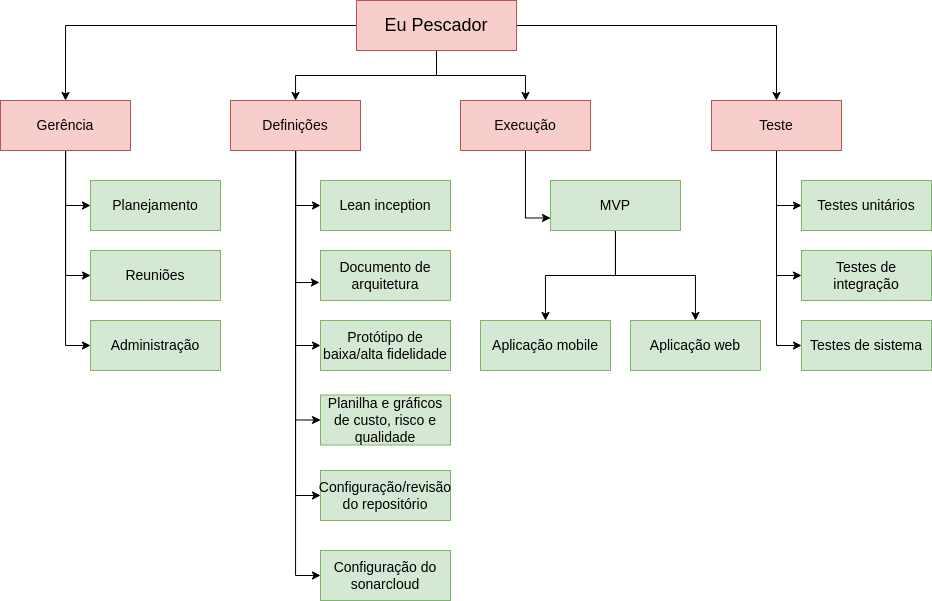
fga-eps-mds/2022-2-EuPescador-Doc keeps this draw.io diagram as docs/assets/produto/EAP.png. Above is the earlier version. Source tidied: cells renumbered, new cells last; positions are measured from the earlier drawing's top-left corner, leaving out a move shared by most shapes.
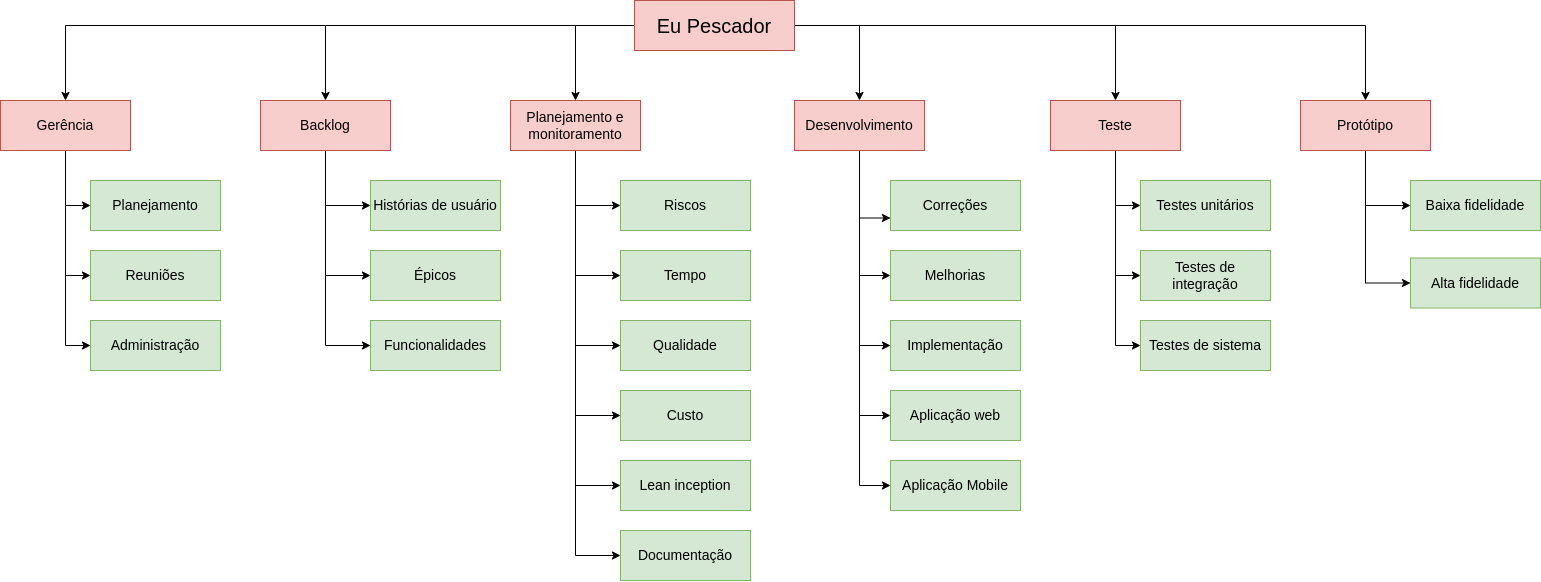
After the change.

The edit, as a diff of the source:
```diff
@@ -2,47 +2,64 @@
   <root>
     <mxCell id="0" />
     <mxCell id="1" parent="0" />
+    <mxCell id="5" style="edgeStyle=orthogonalEdgeStyle;rounded=0;jettySize=auto;html=1;entryX=0.5;entryY=0;entryDx=0;entryDy=0;" parent="1" edge="1" source="6" target="33">
+      <mxGeometry relative="1" as="geometry" />
+    </mxCell>
-    <mxCell id="2" style="edgeStyle=orthogonalEdgeStyle;rounded=0;jettySize=auto;html=1;entryX=0.5;entryY=0;entryDx=0;entryDy=0;fontSize=14;" parent="1" edge="1" source="6" target="13">
+    <mxCell id="2" style="edgeStyle=orthogonalEdgeStyle;rounded=0;jettySize=auto;html=1;entryX=0.5;entryY=0;entryDx=0;entryDy=0;" parent="1" edge="1" source="6" target="13">
       <mxGeometry relative="1" as="geometry" />
     </mxCell>
+    <mxCell id="4" style="edgeStyle=orthogonalEdgeStyle;rounded=0;jettySize=auto;html=1;entryX=0.5;entryY=0;entryDx=0;entryDy=0;" parent="1" edge="1" source="6" target="19">
+      <mxGeometry relative="1" as="geometry" />
+    </mxCell>
+    <mxCell id="41" style="edgeStyle=orthogonalEdgeStyle;rounded=0;jettySize=auto;html=1;entryX=0.5;entryY=0;entryDx=0;entryDy=0;" parent="1" edge="1" source="6" target="68">
+      <mxGeometry relative="1" as="geometry" />
+    </mxCell>
+    <mxCell id="42" style="edgeStyle=orthogonalEdgeStyle;rounded=0;jettySize=auto;html=1;entryX=0.5;entryY=0;entryDx=0;entryDy=0;" parent="1" edge="1" source="6" target="59">
+      <mxGeometry relative="1" as="geometry">
+        <Array as="points">
+          <mxPoint x="-55" y="25" />
+        </Array>
+      </mxGeometry>
+    </mxCell>
-    <mxCell id="3" style="edgeStyle=orthogonalEdgeStyle;rounded=0;jettySize=auto;html=1;entryX=0.5;entryY=0;entryDx=0;entryDy=0;fontSize=14;" parent="1" edge="1" source="6" target="15">
-      <mxGeometry relative="1" as="geometry" />
+    <mxCell id="3" style="edgeStyle=orthogonalEdgeStyle;rounded=0;jettySize=auto;html=1;entryX=0.5;entryY=0;entryDx=0;entryDy=0;" parent="1" edge="1" source="6" target="15">
+      <mxGeometry relative="1" as="geometry">
+        <Array as="points">
+          <mxPoint x="229" y="25" />
+        </Array>
+      </mxGeometry>
     </mxCell>
-    <mxCell id="4" style="edgeStyle=orthogonalEdgeStyle;rounded=0;jettySize=auto;html=1;fontSize=14;" parent="1" edge="1" source="6" target="19">
-      <mxGeometry relative="1" as="geometry" />
-    </mxCell>
-    <mxCell id="5" style="edgeStyle=orthogonalEdgeStyle;rounded=0;jettySize=auto;html=1;entryX=0.5;entryY=0;entryDx=0;entryDy=0;" parent="1" edge="1" source="6" target="33">
-      <mxGeometry relative="1" as="geometry" />
-    </mxCell>
-    <mxCell id="6" value="&lt;font style=&quot;font-size: 18px&quot;&gt;Eu Pescador&lt;/font&gt;" style="rounded=0;whiteSpace=wrap;html=1;fillColor=#f8cecc;strokeColor=#b85450;" parent="1" vertex="1">
-      <mxGeometry x="356" width="160" height="50" as="geometry" />
+    <mxCell id="6" value="&lt;font style=&quot;font-size: 20px;&quot;&gt;Eu Pescador&lt;/font&gt;" style="rounded=0;whiteSpace=wrap;html=1;fillColor=#f8cecc;strokeColor=#b85450;" parent="1" vertex="1">
+      <mxGeometry x="4" width="160" height="50" as="geometry" />
     </mxCell>
-    <mxCell id="7" style="edgeStyle=orthogonalEdgeStyle;rounded=0;jettySize=auto;html=1;entryX=0;entryY=0.5;entryDx=0;entryDy=0;fontSize=14;" parent="1" edge="1" source="13" target="20">
-      <mxGeometry relative="1" as="geometry" />
-    </mxCell>
-    <mxCell id="8" style="edgeStyle=orthogonalEdgeStyle;rounded=0;jettySize=auto;html=1;entryX=-0.008;entryY=0.64;entryDx=0;entryDy=0;entryPerimeter=0;fontSize=14;" parent="1" edge="1" source="13" target="21">
-      <mxGeometry relative="1" as="geometry" />
-    </mxCell>
-    <mxCell id="9" style="edgeStyle=orthogonalEdgeStyle;rounded=0;jettySize=auto;html=1;entryX=0;entryY=0.5;entryDx=0;entryDy=0;" parent="1" edge="1" source="13" target="37">
-      <mxGeometry relative="1" as="geometry" />
-    </mxCell>
-    <mxCell id="10" style="edgeStyle=orthogonalEdgeStyle;rounded=0;jettySize=auto;html=1;entryX=0;entryY=0.5;entryDx=0;entryDy=0;" parent="1" edge="1" source="13" target="38">
-      <mxGeometry relative="1" as="geometry" />
-    </mxCell>
-    <mxCell id="11" style="edgeStyle=orthogonalEdgeStyle;rounded=0;jettySize=auto;html=1;entryX=0;entryY=0.5;entryDx=0;entryDy=0;" parent="1" edge="1" source="13" target="39">
-      <mxGeometry relative="1" as="geometry" />
-    </mxCell>
-    <mxCell id="12" style="edgeStyle=orthogonalEdgeStyle;rounded=0;jettySize=auto;html=1;entryX=0;entryY=0.5;entryDx=0;entryDy=0;" parent="1" edge="1" source="13" target="40">
-      <mxGeometry relative="1" as="geometry" />
-    </mxCell>
+    <mxCell id="43" style="edgeStyle=orthogonalEdgeStyle;rounded=0;jettySize=auto;html=1;entryX=0;entryY=0.5;entryDx=0;entryDy=0;" parent="1" edge="1" source="13" target="50">
+      <mxGeometry relative="1" as="geometry" />
+    </mxCell>
+    <mxCell id="44" style="edgeStyle=orthogonalEdgeStyle;rounded=0;jettySize=auto;html=1;entryX=0;entryY=0.5;entryDx=0;entryDy=0;" parent="1" edge="1" source="13" target="51">
+      <mxGeometry relative="1" as="geometry" />
+    </mxCell>
+    <mxCell id="45" style="edgeStyle=orthogonalEdgeStyle;rounded=0;jettySize=auto;html=1;entryX=0;entryY=0.5;entryDx=0;entryDy=0;" parent="1" edge="1" source="13" target="52">
+      <mxGeometry relative="1" as="geometry" />
+    </mxCell>
-    <mxCell id="13" value="&lt;font style=&quot;font-size: 14px&quot;&gt;Definições&lt;/font&gt;" style="rounded=0;whiteSpace=wrap;html=1;fillColor=#f8cecc;strokeColor=#b85450;" parent="1" vertex="1">
-      <mxGeometry x="230" y="100" width="130" height="50" as="geometry" />
+    <mxCell id="13" value="&lt;font style=&quot;font-size: 14px&quot;&gt;Backlog&lt;/font&gt;" style="rounded=0;whiteSpace=wrap;html=1;fillColor=#f8cecc;strokeColor=#b85450;" parent="1" vertex="1">
+      <mxGeometry x="-370" y="100" width="130" height="50" as="geometry" />
     </mxCell>
     <mxCell id="14" style="edgeStyle=orthogonalEdgeStyle;rounded=0;jettySize=auto;html=1;entryX=0;entryY=0.75;entryDx=0;entryDy=0;" parent="1" edge="1" source="15" target="24">
       <mxGeometry relative="1" as="geometry" />
     </mxCell>
+    <mxCell id="46" style="edgeStyle=orthogonalEdgeStyle;rounded=0;jettySize=auto;html=1;entryX=0;entryY=0.5;entryDx=0;entryDy=0;fontSize=20;" parent="1" edge="1" source="15" target="64">
+      <mxGeometry relative="1" as="geometry" />
+    </mxCell>
+    <mxCell id="47" style="edgeStyle=orthogonalEdgeStyle;rounded=0;jettySize=auto;html=1;entryX=0;entryY=0.5;entryDx=0;entryDy=0;fontSize=20;" parent="1" edge="1" source="15" target="65">
+      <mxGeometry relative="1" as="geometry" />
+    </mxCell>
+    <mxCell id="48" style="edgeStyle=orthogonalEdgeStyle;rounded=0;jettySize=auto;html=1;entryX=0;entryY=0.5;entryDx=0;entryDy=0;fontSize=20;" parent="1" edge="1" source="15" target="25">
+      <mxGeometry relative="1" as="geometry" />
+    </mxCell>
+    <mxCell id="49" style="edgeStyle=orthogonalEdgeStyle;rounded=0;jettySize=auto;html=1;entryX=0;entryY=0.5;entryDx=0;entryDy=0;fontSize=20;" parent="1" edge="1" source="15" target="71">
+      <mxGeometry relative="1" as="geometry" />
+    </mxCell>
-    <mxCell id="15" value="&lt;font style=&quot;font-size: 14px&quot;&gt;Execução&lt;/font&gt;" style="rounded=0;whiteSpace=wrap;html=1;fillColor=#f8cecc;strokeColor=#b85450;" parent="1" vertex="1">
-      <mxGeometry x="460" y="100" width="130" height="50" as="geometry" />
+    <mxCell id="15" value="&lt;font style=&quot;font-size: 14px&quot;&gt;Desenvolvimento&lt;/font&gt;" style="rounded=0;whiteSpace=wrap;html=1;fillColor=#f8cecc;strokeColor=#b85450;" parent="1" vertex="1">
+      <mxGeometry x="164" y="100" width="130" height="50" as="geometry" />
     </mxCell>
     <mxCell id="16" style="edgeStyle=orthogonalEdgeStyle;rounded=0;jettySize=auto;html=1;entryX=0;entryY=0.5;entryDx=0;entryDy=0;fontSize=14;" parent="1" edge="1" source="19" target="27">
       <mxGeometry relative="1" as="geometry" />
@@ -54,37 +71,19 @@
       <mxGeometry relative="1" as="geometry" />
     </mxCell>
     <mxCell id="19" value="&lt;font style=&quot;font-size: 14px&quot;&gt;Teste&lt;/font&gt;" style="rounded=0;whiteSpace=wrap;html=1;fillColor=#f8cecc;strokeColor=#b85450;" parent="1" vertex="1">
-      <mxGeometry x="711" y="100" width="130" height="50" as="geometry" />
+      <mxGeometry x="420" y="100" width="130" height="50" as="geometry" />
     </mxCell>
-    <mxCell id="20" value="&lt;span style=&quot;font-size: 14px&quot;&gt;Lean inception&lt;/span&gt;" style="rounded=0;whiteSpace=wrap;html=1;fillColor=#d5e8d4;strokeColor=#82b366;" parent="1" vertex="1">
-      <mxGeometry x="320" y="180" width="130" height="50" as="geometry" />
-    </mxCell>
-    <mxCell id="21" value="&lt;span style=&quot;font-size: 14px&quot;&gt;Documento de arquitetura&lt;/span&gt;" style="rounded=0;whiteSpace=wrap;html=1;fillColor=#d5e8d4;strokeColor=#82b366;" parent="1" vertex="1">
-      <mxGeometry x="320" y="250" width="130" height="50" as="geometry" />
-    </mxCell>
-    <mxCell id="22" style="edgeStyle=orthogonalEdgeStyle;rounded=0;jettySize=auto;html=1;entryX=0.5;entryY=0;entryDx=0;entryDy=0;" parent="1" edge="1" source="24" target="26">
-      <mxGeometry relative="1" as="geometry" />
-    </mxCell>
-    <mxCell id="23" style="edgeStyle=orthogonalEdgeStyle;rounded=0;jettySize=auto;html=1;entryX=0.5;entryY=0;entryDx=0;entryDy=0;" parent="1" edge="1" source="24" target="25">
-      <mxGeometry relative="1" as="geometry" />
-    </mxCell>
-    <mxCell id="24" value="&lt;span style=&quot;font-size: 14px&quot;&gt;MVP&lt;/span&gt;" style="rounded=0;whiteSpace=wrap;html=1;fillColor=#d5e8d4;strokeColor=#82b366;" parent="1" vertex="1">
-      <mxGeometry x="550" y="180" width="130" height="50" as="geometry" />
+    <mxCell id="24" value="&lt;span style=&quot;font-size: 14px&quot;&gt;Correções&lt;/span&gt;" style="rounded=0;whiteSpace=wrap;html=1;fillColor=#d5e8d4;strokeColor=#82b366;" parent="1" vertex="1">
+      <mxGeometry x="260" y="180" width="130" height="50" as="geometry" />
     </mxCell>
-    <mxCell id="25" value="&lt;span style=&quot;font-size: 14px&quot;&gt;Aplicação web&lt;/span&gt;" style="rounded=0;whiteSpace=wrap;html=1;fillColor=#d5e8d4;strokeColor=#82b366;" parent="1" vertex="1">
-      <mxGeometry x="630" y="320" width="130" height="50" as="geometry" />
-    </mxCell>
-    <mxCell id="26" value="&lt;span style=&quot;font-size: 14px&quot;&gt;Aplicação mobile&lt;/span&gt;" style="rounded=0;whiteSpace=wrap;html=1;fillColor=#d5e8d4;strokeColor=#82b366;" parent="1" vertex="1">
-      <mxGeometry x="480" y="320" width="130" height="50" as="geometry" />
-    </mxCell>
     <mxCell id="27" value="&lt;span style=&quot;font-size: 14px&quot;&gt;Testes unitários&lt;/span&gt;" style="rounded=0;whiteSpace=wrap;html=1;fillColor=#d5e8d4;strokeColor=#82b366;" parent="1" vertex="1">
-      <mxGeometry x="801" y="180" width="130" height="50" as="geometry" />
+      <mxGeometry x="510" y="180" width="130" height="50" as="geometry" />
     </mxCell>
     <mxCell id="28" value="&lt;span style=&quot;font-size: 14px&quot;&gt;Testes de integração&lt;/span&gt;" style="rounded=0;whiteSpace=wrap;html=1;fillColor=#d5e8d4;strokeColor=#82b366;" parent="1" vertex="1">
-      <mxGeometry x="801" y="250" width="130" height="50" as="geometry" />
+      <mxGeometry x="510" y="250" width="130" height="50" as="geometry" />
     </mxCell>
     <mxCell id="29" value="&lt;span style=&quot;font-size: 14px&quot;&gt;Testes de sistema&lt;/span&gt;" style="rounded=0;whiteSpace=wrap;html=1;fillColor=#d5e8d4;strokeColor=#82b366;" parent="1" vertex="1">
-      <mxGeometry x="801" y="320" width="130" height="50" as="geometry" />
+      <mxGeometry x="510" y="320" width="130" height="50" as="geometry" />
     </mxCell>
     <mxCell id="30" style="edgeStyle=orthogonalEdgeStyle;rounded=0;jettySize=auto;html=1;entryX=0;entryY=0.5;entryDx=0;entryDy=0;" parent="1" edge="1" source="33" target="34">
       <mxGeometry relative="1" as="geometry" />
@@ -96,28 +95,91 @@
       <mxGeometry relative="1" as="geometry" />
     </mxCell>
     <mxCell id="33" value="&lt;font style=&quot;font-size: 14px&quot;&gt;Gerência&lt;/font&gt;" style="rounded=0;whiteSpace=wrap;html=1;fillColor=#f8cecc;strokeColor=#b85450;" parent="1" vertex="1">
-      <mxGeometry y="100" width="130" height="50" as="geometry" />
+      <mxGeometry x="-630" y="100" width="130" height="50" as="geometry" />
     </mxCell>
     <mxCell id="34" value="&lt;span style=&quot;font-size: 14px&quot;&gt;Planejamento&lt;/span&gt;" style="rounded=0;whiteSpace=wrap;html=1;fillColor=#d5e8d4;strokeColor=#82b366;" parent="1" vertex="1">
-      <mxGeometry x="90" y="180" width="130" height="50" as="geometry" />
+      <mxGeometry x="-540" y="180" width="130" height="50" as="geometry" />
     </mxCell>
     <mxCell id="35" value="&lt;span style=&quot;font-size: 14px&quot;&gt;Reuniões&lt;/span&gt;" style="rounded=0;whiteSpace=wrap;html=1;fillColor=#d5e8d4;strokeColor=#82b366;" parent="1" vertex="1">
-      <mxGeometry x="90" y="250" width="130" height="50" as="geometry" />
+      <mxGeometry x="-540" y="250" width="130" height="50" as="geometry" />
     </mxCell>
     <mxCell id="36" value="&lt;span style=&quot;font-size: 14px&quot;&gt;Administração&lt;/span&gt;" style="rounded=0;whiteSpace=wrap;html=1;fillColor=#d5e8d4;strokeColor=#82b366;" parent="1" vertex="1">
-      <mxGeometry x="90" y="320" width="130" height="50" as="geometry" />
+      <mxGeometry x="-540" y="320" width="130" height="50" as="geometry" />
     </mxCell>
-    <mxCell id="37" value="&lt;span style=&quot;font-size: 14px&quot;&gt;Protótipo de baixa/alta fidelidade&lt;/span&gt;" style="rounded=0;whiteSpace=wrap;html=1;fillColor=#d5e8d4;strokeColor=#82b366;" parent="1" vertex="1">
-      <mxGeometry x="320" y="320" width="130" height="50" as="geometry" />
-    </mxCell>
-    <mxCell id="38" value="&lt;span style=&quot;font-size: 14px&quot;&gt;Planilha e gráficos de custo, risco e qualidade&lt;/span&gt;" style="rounded=0;whiteSpace=wrap;html=1;fillColor=#d5e8d4;strokeColor=#82b366;" parent="1" vertex="1">
-      <mxGeometry x="320" y="394.5" width="130" height="50" as="geometry" />
-    </mxCell>
-    <mxCell id="39" value="&lt;span style=&quot;font-size: 14px&quot;&gt;Configuração/revisão do repositório&lt;/span&gt;" style="rounded=0;whiteSpace=wrap;html=1;fillColor=#d5e8d4;strokeColor=#82b366;" parent="1" vertex="1">
-      <mxGeometry x="320" y="470" width="130" height="50" as="geometry" />
-    </mxCell>
-    <mxCell id="40" value="&lt;span style=&quot;font-size: 14px&quot;&gt;Configuração do sonarcloud&lt;/span&gt;" style="rounded=0;whiteSpace=wrap;html=1;fillColor=#d5e8d4;strokeColor=#82b366;" parent="1" vertex="1">
-      <mxGeometry x="320" y="550" width="130" height="50" as="geometry" />
-    </mxCell>
+    <mxCell id="50" value="&lt;span style=&quot;font-size: 14px&quot;&gt;Histórias de usuário&lt;/span&gt;" style="rounded=0;whiteSpace=wrap;html=1;fillColor=#d5e8d4;strokeColor=#82b366;" parent="1" vertex="1">
+      <mxGeometry x="-260" y="180" width="130" height="50" as="geometry" />
+    </mxCell>
+    <mxCell id="51" value="&lt;span style=&quot;font-size: 14px&quot;&gt;Épicos&lt;/span&gt;" style="rounded=0;whiteSpace=wrap;html=1;fillColor=#d5e8d4;strokeColor=#82b366;" parent="1" vertex="1">
+      <mxGeometry x="-260" y="250" width="130" height="50" as="geometry" />
+    </mxCell>
+    <mxCell id="52" value="&lt;span style=&quot;font-size: 14px&quot;&gt;Funcionalidades&lt;/span&gt;" style="rounded=0;whiteSpace=wrap;html=1;fillColor=#d5e8d4;strokeColor=#82b366;" parent="1" vertex="1">
+      <mxGeometry x="-260" y="320" width="130" height="50" as="geometry" />
+    </mxCell>
+    <mxCell id="53" style="edgeStyle=orthogonalEdgeStyle;rounded=0;jettySize=auto;html=1;entryX=0;entryY=0.5;entryDx=0;entryDy=0;" parent="1" edge="1" source="59" target="60">
+      <mxGeometry relative="1" as="geometry" />
+    </mxCell>
+    <mxCell id="54" style="edgeStyle=orthogonalEdgeStyle;rounded=0;jettySize=auto;html=1;entryX=0;entryY=0.5;entryDx=0;entryDy=0;" parent="1" edge="1" source="59" target="61">
+      <mxGeometry relative="1" as="geometry" />
+    </mxCell>
+    <mxCell id="55" style="edgeStyle=orthogonalEdgeStyle;rounded=0;jettySize=auto;html=1;entryX=0;entryY=0.5;entryDx=0;entryDy=0;" parent="1" edge="1" source="59" target="62">
+      <mxGeometry relative="1" as="geometry" />
+    </mxCell>
+    <mxCell id="56" style="edgeStyle=orthogonalEdgeStyle;rounded=0;jettySize=auto;html=1;entryX=0;entryY=0.5;entryDx=0;entryDy=0;" parent="1" edge="1" source="59" target="63">
+      <mxGeometry relative="1" as="geometry" />
+    </mxCell>
+    <mxCell id="57" style="edgeStyle=orthogonalEdgeStyle;rounded=0;jettySize=auto;html=1;entryX=0;entryY=0.5;entryDx=0;entryDy=0;" parent="1" edge="1" source="59" target="20">
+      <mxGeometry relative="1" as="geometry" />
+    </mxCell>
+    <mxCell id="58" style="edgeStyle=orthogonalEdgeStyle;rounded=0;jettySize=auto;html=1;entryX=0;entryY=0.5;entryDx=0;entryDy=0;fontSize=20;" parent="1" edge="1" source="59" target="72">
+      <mxGeometry relative="1" as="geometry" />
+    </mxCell>
+    <mxCell id="59" value="&lt;font style=&quot;font-size: 14px&quot;&gt;Planejamento e monitoramento&lt;/font&gt;" style="rounded=0;whiteSpace=wrap;html=1;fillColor=#f8cecc;strokeColor=#b85450;" parent="1" vertex="1">
+      <mxGeometry x="-120" y="100" width="130" height="50" as="geometry" />
+    </mxCell>
+    <mxCell id="60" value="&lt;span style=&quot;font-size: 14px&quot;&gt;Riscos&lt;/span&gt;" style="rounded=0;whiteSpace=wrap;html=1;fillColor=#d5e8d4;strokeColor=#82b366;" parent="1" vertex="1">
+      <mxGeometry x="-10" y="180" width="130" height="50" as="geometry" />
+    </mxCell>
+    <mxCell id="61" value="&lt;span style=&quot;font-size: 14px&quot;&gt;Tempo&lt;/span&gt;" style="rounded=0;whiteSpace=wrap;html=1;fillColor=#d5e8d4;strokeColor=#82b366;" parent="1" vertex="1">
+      <mxGeometry x="-10" y="250" width="130" height="50" as="geometry" />
+    </mxCell>
+    <mxCell id="62" value="&lt;span style=&quot;font-size: 14px&quot;&gt;Qualidade&lt;/span&gt;" style="rounded=0;whiteSpace=wrap;html=1;fillColor=#d5e8d4;strokeColor=#82b366;" parent="1" vertex="1">
+      <mxGeometry x="-10" y="320" width="130" height="50" as="geometry" />
+    </mxCell>
+    <mxCell id="63" value="&lt;span style=&quot;font-size: 14px&quot;&gt;Custo&lt;/span&gt;" style="rounded=0;whiteSpace=wrap;html=1;fillColor=#d5e8d4;strokeColor=#82b366;" parent="1" vertex="1">
+      <mxGeometry x="-10" y="390" width="130" height="50" as="geometry" />
+    </mxCell>
+    <mxCell id="20" value="&lt;span style=&quot;font-size: 14px&quot;&gt;Lean inception&lt;/span&gt;" style="rounded=0;whiteSpace=wrap;html=1;fillColor=#d5e8d4;strokeColor=#82b366;" parent="1" vertex="1">
+      <mxGeometry x="-10" y="460" width="130" height="50" as="geometry" />
+    </mxCell>
+    <mxCell id="64" value="&lt;span style=&quot;font-size: 14px&quot;&gt;Melhorias&lt;/span&gt;" style="rounded=0;whiteSpace=wrap;html=1;fillColor=#d5e8d4;strokeColor=#82b366;" parent="1" vertex="1">
+      <mxGeometry x="260" y="250" width="130" height="50" as="geometry" />
+    </mxCell>
+    <mxCell id="65" value="&lt;span style=&quot;font-size: 14px&quot;&gt;Implementação&lt;/span&gt;" style="rounded=0;whiteSpace=wrap;html=1;fillColor=#d5e8d4;strokeColor=#82b366;" parent="1" vertex="1">
+      <mxGeometry x="260" y="320" width="130" height="50" as="geometry" />
+    </mxCell>
+    <mxCell id="66" style="edgeStyle=orthogonalEdgeStyle;rounded=0;jettySize=auto;html=1;entryX=0;entryY=0.5;entryDx=0;entryDy=0;" parent="1" edge="1" source="68" target="69">
+      <mxGeometry relative="1" as="geometry" />
+    </mxCell>
+    <mxCell id="67" style="edgeStyle=orthogonalEdgeStyle;rounded=0;jettySize=auto;html=1;entryX=0;entryY=0.5;entryDx=0;entryDy=0;" parent="1" edge="1" source="68" target="70">
+      <mxGeometry relative="1" as="geometry" />
+    </mxCell>
+    <mxCell id="68" value="&lt;font style=&quot;font-size: 14px&quot;&gt;Protótipo&lt;/font&gt;" style="rounded=0;whiteSpace=wrap;html=1;fillColor=#f8cecc;strokeColor=#b85450;" parent="1" vertex="1">
+      <mxGeometry x="670" y="100" width="130" height="50" as="geometry" />
+    </mxCell>
+    <mxCell id="69" value="&lt;span style=&quot;font-size: 14px&quot;&gt;Baixa fidelidade&lt;/span&gt;" style="rounded=0;whiteSpace=wrap;html=1;fillColor=#d5e8d4;strokeColor=#82b366;" parent="1" vertex="1">
+      <mxGeometry x="780" y="180" width="130" height="50" as="geometry" />
+    </mxCell>
+    <mxCell id="70" value="&lt;span style=&quot;font-size: 14px&quot;&gt;Alta fidelidade&lt;/span&gt;" style="rounded=0;whiteSpace=wrap;html=1;fillColor=#d5e8d4;strokeColor=#82b366;" parent="1" vertex="1">
+      <mxGeometry x="780" y="257.5" width="130" height="50" as="geometry" />
+    </mxCell>
+    <mxCell id="25" value="&lt;span style=&quot;font-size: 14px&quot;&gt;Aplicação web&lt;/span&gt;" style="rounded=0;whiteSpace=wrap;html=1;fillColor=#d5e8d4;strokeColor=#82b366;" parent="1" vertex="1">
+      <mxGeometry x="260" y="390" width="130" height="50" as="geometry" />
+    </mxCell>
+    <mxCell id="71" value="&lt;span style=&quot;font-size: 14px&quot;&gt;Aplicação Mobile&lt;/span&gt;" style="rounded=0;whiteSpace=wrap;html=1;fillColor=#d5e8d4;strokeColor=#82b366;" parent="1" vertex="1">
+      <mxGeometry x="260" y="460" width="130" height="50" as="geometry" />
+    </mxCell>
+    <mxCell id="72" value="&lt;span style=&quot;font-size: 14px&quot;&gt;Documentação&lt;/span&gt;" style="rounded=0;whiteSpace=wrap;html=1;fillColor=#d5e8d4;strokeColor=#82b366;" parent="1" vertex="1">
+      <mxGeometry x="-10" y="530" width="130" height="50" as="geometry" />
+    </mxCell>
   </root>
 </mxGraphModel>
```
